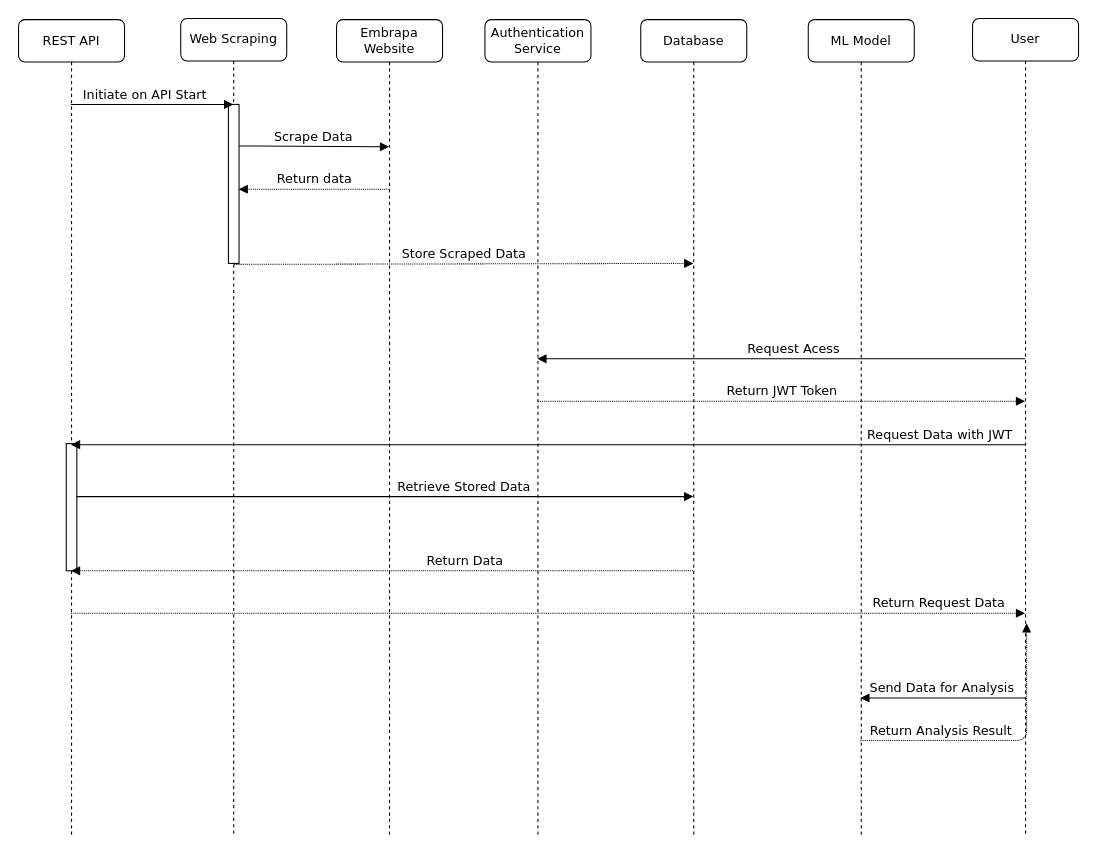
Before: assets/drawio/uml.drawio in brunomcr/1MLET_FASE1_TECH_CHALLENGE, a draw.io diagram. Source tidied: cells renumbered, new cells numbered last; positions are measured from the earlier drawing's top-left corner, leaving out a move shared by most shapes. Both pictures are drawn from the tidied source at 106%, with x=0, y=0 at pixel (18, 18).
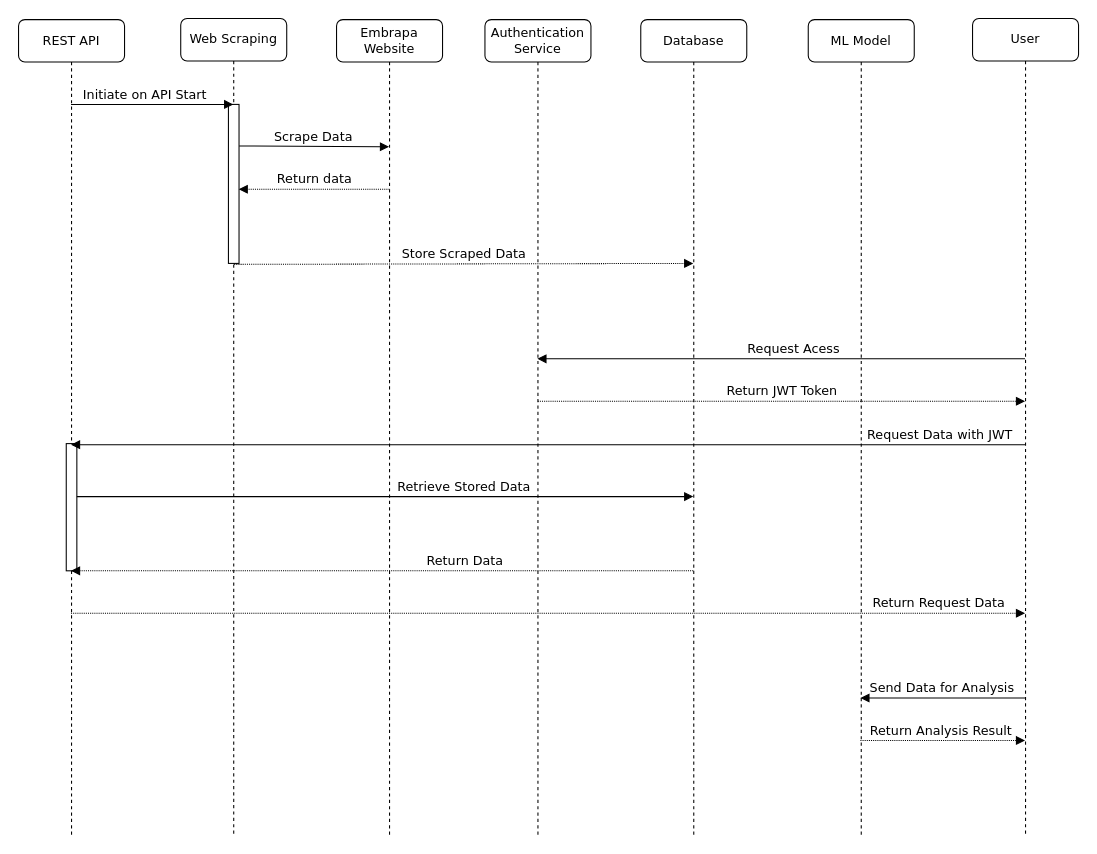
Above is the later version.

The change refers to these unchanged cells:
```xml
<mxCell id="11" value="ML Model" style="shape=umlLifeline;perimeter=lifelinePerimeter;whiteSpace=wrap;html=1;rounded=1;shadow=0;comic=0;labelBackgroundColor=none;strokeWidth=1;fontFamily=Verdana;fontSize=12;align=center;gradientColor=none;" parent="1" vertex="1">
  <mxGeometry x="745" y="1" width="100" height="770" as="geometry" />
</mxCell>
<mxCell id="18" value="User" style="shape=umlLifeline;perimeter=lifelinePerimeter;whiteSpace=wrap;html=1;outlineConnect=0;rounded=1;shadow=0;comic=0;labelBackgroundColor=none;strokeWidth=1;fontFamily=Verdana;fontSize=12;align=center;" parent="1" vertex="1">
  <mxGeometry x="900" width="100" height="771" as="geometry" />
</mxCell>
```

Change to the diagram source:
```diff
@@
-    <mxCell id="13" value="Return Analysis Result" style="html=1;verticalAlign=bottom;endArrow=block;labelBackgroundColor=none;fontFamily=Verdana;fontSize=12;edgeStyle=elbowEdgeStyle;elbow=vertical;entryX=0.51;entryY=0.74;entryDx=0;entryDy=0;entryPerimeter=0;dashed=1;dashPattern=1 1;" parent="11" edge="1" target="18">
-      <mxGeometry x="-0.43" relative="1" as="geometry">
+    <mxCell id="13" value="Return Analysis Result" style="html=1;verticalAlign=bottom;endArrow=block;labelBackgroundColor=none;fontFamily=Verdana;fontSize=12;edgeStyle=elbowEdgeStyle;elbow=vertical;dashed=1;dashPattern=1 1;" parent="11" edge="1" target="18">
+      <mxGeometry x="-0.02" relative="1" as="geometry">
         <mxPoint x="49.2" y="680" as="sourcePoint" />
         <Array as="points">
           <mxPoint x="120" y="680" />
         </Array>
       </mxGeometry>
     </mxCell>
```
